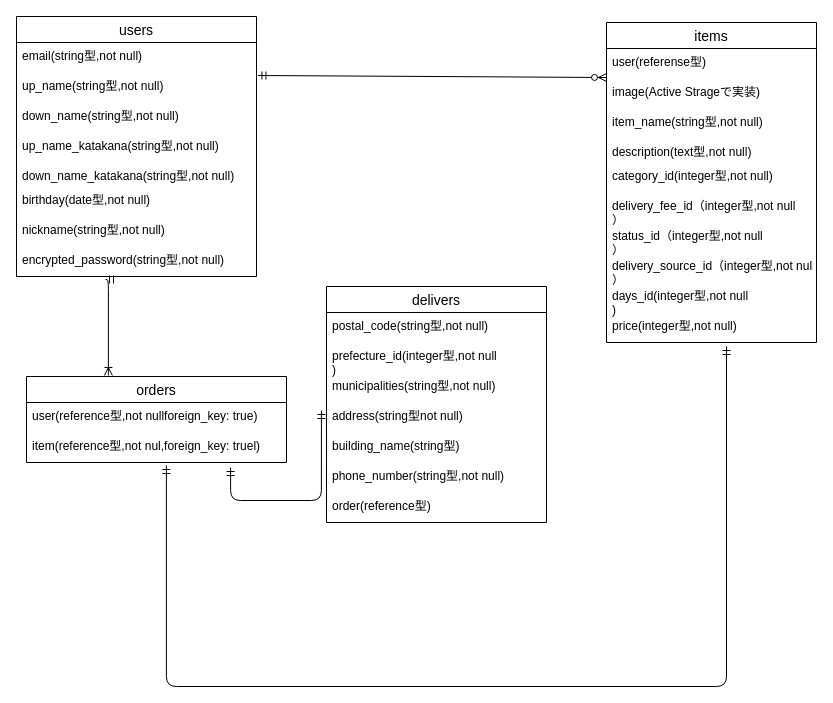
Before: ER図.dio in hiroki0326/furima-34461, a draw.io diagram. Source tidied: cells renumbered, new cells numbered last; positions are measured from the earlier drawing's top-left corner, leaving out a move shared by most shapes. Both pictures are drawn from the tidied source at 100%, with x=0, y=0 at pixel (16, 16).
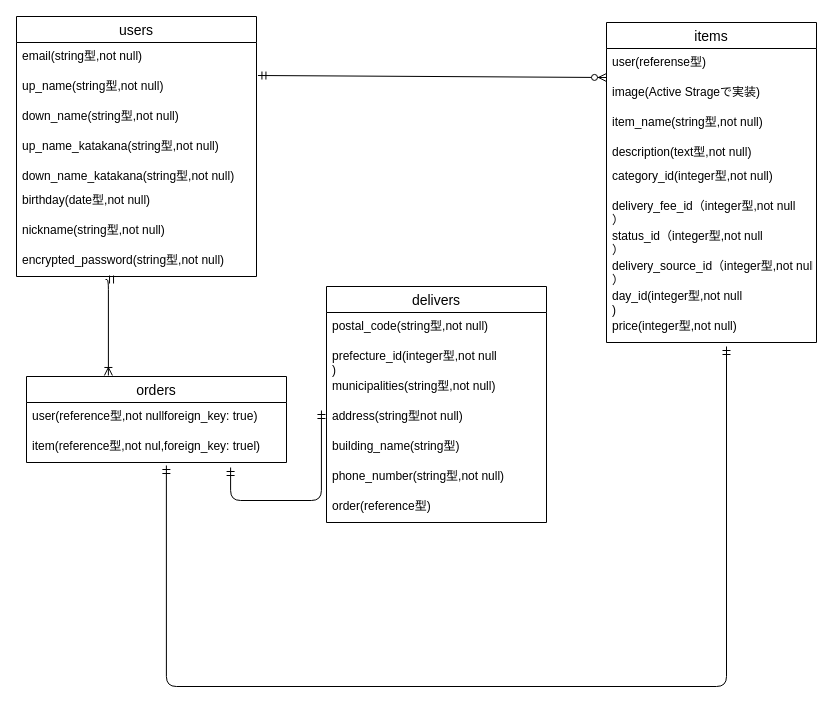
Above is the later version.

Unchanged cells that the change refers to:
```xml
<mxCell id="11" value="items" style="swimlane;fontStyle=0;horizontal=1;startSize=26;align=center;fontSize=14;" parent="1" vertex="1">
  <mxGeometry x="590" y="6" width="210" height="320" as="geometry" />
</mxCell>
```

What changed in the source:
```diff
@@
-    <mxCell id="20" value="days_id(integer型,not null&#10;)" style="text;strokeColor=none;fillColor=none;spacingLeft=4;spacingRight=4;overflow=hidden;fontSize=12;shadow=1;" parent="11" vertex="1">
+    <mxCell id="20" value="day_id(integer型,not null&#10;)" style="text;strokeColor=none;fillColor=none;spacingLeft=4;spacingRight=4;overflow=hidden;fontSize=12;shadow=1;" parent="11" vertex="1">
       <mxGeometry y="260" width="210" height="30" as="geometry" />
     </mxCell>
```
